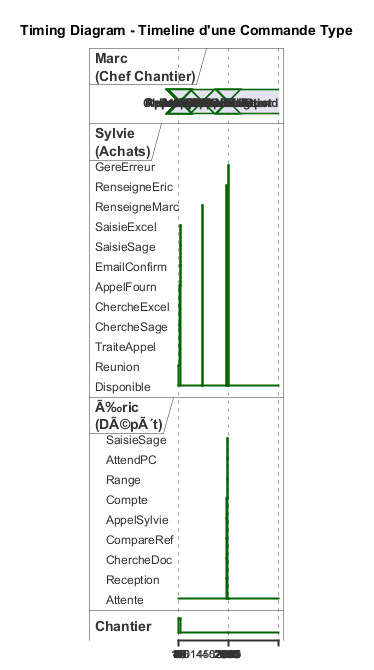
Earlier version of the PlantUML export Services/Achats-Logistique/uml/png/Timing_Commande.png (JordanSerafini/Audit_Duret).
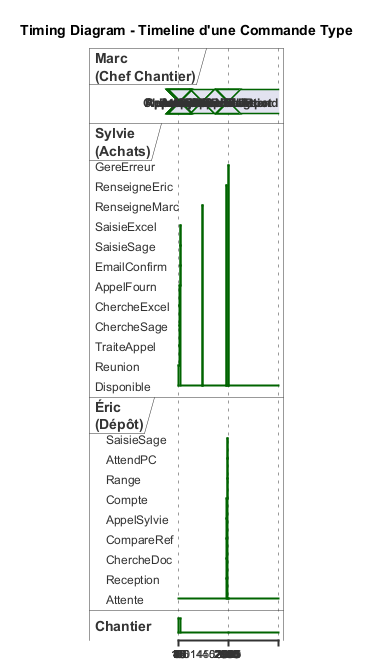
The same diagram one commit later.

What changed in the source:
```diff
@@ -4,7 +4,7 @@
 
 concise "Marc\n(Chef Chantier)" as Marc
 robust "Sylvie\n(Achats)" as Sylvie
-robust "Ã‰ric\n(DÃ©pÃ´t)" as Eric
+robust "Éric\n(Dépôt)" as Eric
 binary "Chantier" as Chantier
 
 @0
```
